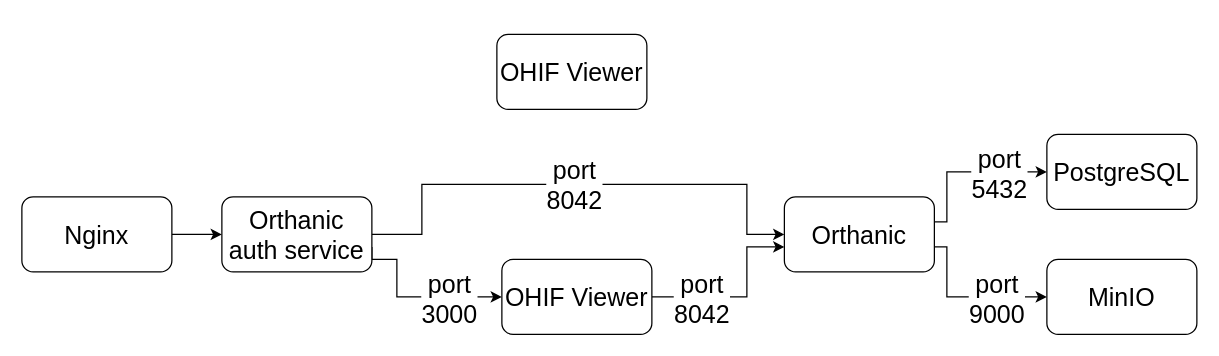
Earlier version of the draw.io diagram page "С авторизацией 2 бд" (2 of 3) of arc.drawio (Kosty1024Bit/ohif-orthanc). Source tidied: cells renumbered, new cells numbered last; positions are measured from the earlier drawing's top-left corner, leaving out a move shared by most shapes. Both pictures are drawn from the tidied source at 125%, with x=0, y=0 at pixel (21, 34).
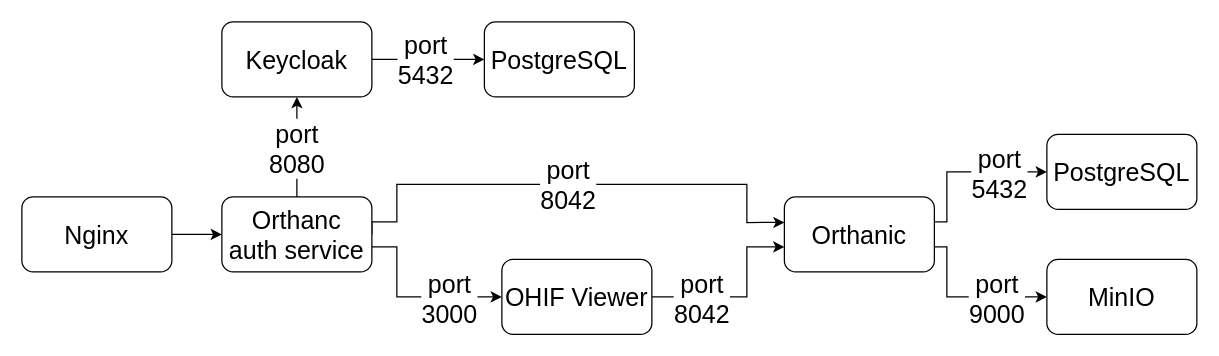
The same page after the edit.

Unchanged cells that the change refers to:
```xml
<mxCell id="9" value="&lt;span style=&quot;font-size: 20px;&quot;&gt;OHIF Viewer&lt;/span&gt;" style="rounded=1;whiteSpace=wrap;html=1;" parent="1" vertex="1">
  <mxGeometry x="384" y="180" width="120" height="60" as="geometry" />
</mxCell>
<mxCell id="14" value="&lt;span style=&quot;font-size: 20px;&quot;&gt;Orthanic&lt;/span&gt;" style="rounded=1;whiteSpace=wrap;html=1;" parent="1" vertex="1">
  <mxGeometry x="610" y="130" width="120" height="60" as="geometry" />
</mxCell>
```

What changed in the source:
```diff
@@
     <mxCell id="2" style="edgeStyle=orthogonalEdgeStyle;rounded=0;jettySize=auto;html=1;entryX=0;entryY=0.5;entryDx=0;entryDy=0;" parent="1" edge="1" target="9">
       <mxGeometry relative="1" as="geometry">
         <mxPoint x="280" y="170" as="sourcePoint" />
         <Array as="points">
-          <mxPoint x="280" y="180" />
-          <mxPoint x="300" y="180" />
+          <mxPoint x="300" y="170" />
           <mxPoint x="300" y="210" />
         </Array>
       </mxGeometry>
     </mxCell>
@@
-    <mxCell id="4" style="edgeStyle=orthogonalEdgeStyle;rounded=0;orthogonalLoop=1;jettySize=auto;html=1;" parent="1" edge="1">
+    <mxCell id="4" style="edgeStyle=orthogonalEdgeStyle;rounded=0;jettySize=auto;html=1;entryX=0.001;entryY=0.341;entryDx=0;entryDy=0;entryPerimeter=0;" parent="1" edge="1" target="14">
       <mxGeometry relative="1" as="geometry">
         <mxPoint x="280" y="160" as="sourcePoint" />
-        <mxPoint x="610" y="160" as="targetPoint" />
         <Array as="points">
-          <mxPoint x="320" y="160" />
-          <mxPoint x="320" y="120" />
+          <mxPoint x="280" y="150" />
+          <mxPoint x="300" y="150" />
+          <mxPoint x="300" y="120" />
           <mxPoint x="580" y="120" />
-          <mxPoint x="580" y="160" />
+          <mxPoint x="580" y="150" />
+          <mxPoint x="610" y="150" />
         </Array>
       </mxGeometry>
     </mxCell>
@@
+    <mxCell id="20" style="edgeStyle=orthogonalEdgeStyle;rounded=0;jettySize=auto;html=1;entryX=0.5;entryY=1;entryDx=0;entryDy=0;" parent="1" edge="1" source="6" target="19">
+      <mxGeometry relative="1" as="geometry" />
+    </mxCell>
+    <mxCell id="21" value="port&lt;div&gt;8080&lt;/div&gt;" style="edgeLabel;html=1;align=center;verticalAlign=middle;fontSize=20;" parent="20" vertex="1">
+      <mxGeometry y="1" relative="1" as="geometry" />
+    </mxCell>
-    <mxCell id="6" value="&lt;span style=&quot;font-size: 20px;&quot;&gt;Orthanic&lt;/span&gt;&lt;div&gt;&lt;span style=&quot;font-size: 20px;&quot;&gt;auth&amp;nbsp;&lt;/span&gt;&lt;span style=&quot;background-color: transparent; font-size: 20px;&quot;&gt;service&lt;/span&gt;&lt;/div&gt;" style="rounded=1;whiteSpace=wrap;html=1;" parent="1" vertex="1">
+    <mxCell id="6" value="&lt;span style=&quot;font-size: 20px;&quot;&gt;Orthanc&lt;/span&gt;&lt;div&gt;&lt;span style=&quot;font-size: 20px;&quot;&gt;auth&amp;nbsp;&lt;/span&gt;&lt;span style=&quot;background-color: transparent; font-size: 20px;&quot;&gt;service&lt;/span&gt;&lt;/div&gt;" style="rounded=1;whiteSpace=wrap;html=1;" parent="1" vertex="1">
       <mxGeometry x="160" y="130" width="120" height="60" as="geometry" />
     </mxCell>
@@
+    <mxCell id="22" style="edgeStyle=orthogonalEdgeStyle;rounded=0;jettySize=auto;html=1;entryX=0;entryY=0.5;entryDx=0;entryDy=0;" parent="1" edge="1" source="19" target="24">
+      <mxGeometry relative="1" as="geometry" />
+    </mxCell>
+    <mxCell id="23" value="&lt;font style=&quot;font-size: 20px;&quot;&gt;port&lt;/font&gt;&lt;div&gt;&lt;font style=&quot;font-size: 20px;&quot;&gt;5432&lt;/font&gt;&lt;/div&gt;" style="edgeLabel;html=1;align=center;verticalAlign=middle;" parent="22" vertex="1">
+      <mxGeometry x="-0.07" y="1" relative="1" as="geometry" />
+    </mxCell>
-    <mxCell id="19" value="&lt;span style=&quot;font-size: 20px;&quot;&gt;OHIF Viewer&lt;/span&gt;" style="rounded=1;whiteSpace=wrap;html=1;" parent="1" vertex="1">
-      <mxGeometry x="380" width="120" height="60" as="geometry" />
+    <mxCell id="19" value="&lt;span style=&quot;font-size: 20px;&quot;&gt;Keycloak&lt;/span&gt;" style="rounded=1;whiteSpace=wrap;html=1;" parent="1" vertex="1">
+      <mxGeometry x="160" y="-10" width="120" height="60" as="geometry" />
     </mxCell>
+    <mxCell id="24" value="&lt;font style=&quot;font-size: 20px;&quot;&gt;PostgreSQL&lt;/font&gt;" style="rounded=1;whiteSpace=wrap;html=1;" parent="1" vertex="1">
+      <mxGeometry x="370" y="-10" width="120" height="60" as="geometry" />
+    </mxCell>
```
